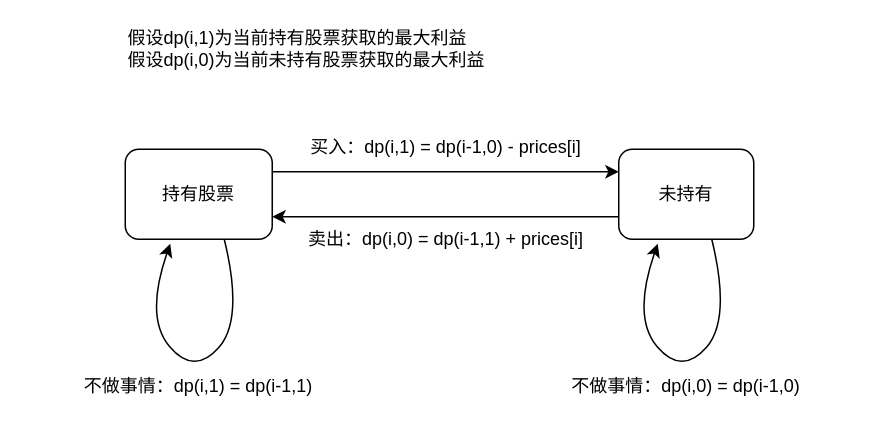
Earlier version of the draw.io diagram 买卖股票最佳时机.drawio (Pandaxia8/Test). Source tidied: cells renumbered, new cells numbered last; positions are measured from the earlier drawing's top-left corner, leaving out a move shared by most shapes. Both pictures are drawn from the tidied source at 150%, with x=0, y=0 at pixel (26, 26).
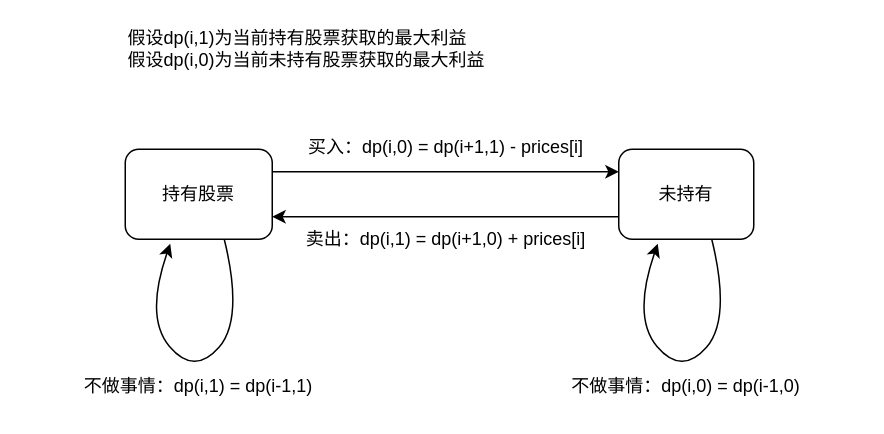
The same diagram, later.

Commit message:
更新买卖股票最佳时机.drawio

Change to the diagram source:
```diff
@@
 <mxGraphModel>
   <root>
     <mxCell id="0" />
     <mxCell id="1" parent="0" />
     <mxCell id="2" value="持有股票" style="rounded=1;whiteSpace=wrap;html=1;" parent="1" vertex="1">
       <mxGeometry x="66" y="82" width="98" height="60" as="geometry" />
     </mxCell>
     <mxCell id="3" value="未持有" style="rounded=1;whiteSpace=wrap;html=1;" parent="1" vertex="1">
       <mxGeometry x="395" y="82" width="90" height="60" as="geometry" />
     </mxCell>
     <mxCell id="4" value="假设dp(i,1)为当前持有股票获取的最大利益&lt;br&gt;假设dp(i,0)为当前未持有股票获取的最大利益" style="text;html=1;strokeColor=none;fillColor=none;align=left;verticalAlign=middle;whiteSpace=wrap;rounded=0;" parent="1" vertex="1">
       <mxGeometry x="66" width="292" height="30" as="geometry" />
     </mxCell>
     <mxCell id="5" style="endArrow=classic;html=1;rounded=0;exitX=1;exitY=0.25;exitDx=0;exitDy=0;entryX=0;entryY=0.25;entryDx=0;entryDy=0;" parent="1" edge="1" source="2" target="3">
       <mxGeometry relative="1" as="geometry" />
     </mxCell>
     <mxCell id="6" style="endArrow=classic;html=1;rounded=0;entryX=1;entryY=0.75;entryDx=0;entryDy=0;exitX=0;exitY=0.75;exitDx=0;exitDy=0;" parent="1" edge="1" source="3" target="2">
       <mxGeometry relative="1" as="geometry" />
     </mxCell>
     <mxCell id="7" value="不做事情：dp(i,1) = dp(i-1,1)" style="text;html=1;strokeColor=none;fillColor=none;align=center;verticalAlign=middle;whiteSpace=wrap;rounded=0;" parent="1" vertex="1">
       <mxGeometry y="225" width="230" height="30" as="geometry" />
     </mxCell>
-    <mxCell id="8" value="卖出：dp(i,0) = dp(i-1,1) + prices[i]" style="text;html=1;strokeColor=none;fillColor=none;align=center;verticalAlign=middle;whiteSpace=wrap;rounded=0;" parent="1" vertex="1">
+    <mxCell id="8" value="卖出：dp(i,1) = dp(i+1,0) + prices[i]" style="text;html=1;strokeColor=none;fillColor=none;align=center;verticalAlign=middle;whiteSpace=wrap;rounded=0;" parent="1" vertex="1">
       <mxGeometry x="165" y="127" width="230" height="30" as="geometry" />
     </mxCell>
     <mxCell id="9" style="curved=1;endArrow=classic;html=1;rounded=0;" parent="1" edge="1">
       <mxGeometry relative="1" as="geometry">
         <mxPoint x="132" y="142" as="sourcePoint" />
         <mxPoint x="96" y="145" as="targetPoint" />
         <Array as="points">
           <mxPoint x="145" y="195" />
           <mxPoint x="112" y="233" />
           <mxPoint x="79" y="194" />
         </Array>
       </mxGeometry>
     </mxCell>
     <mxCell id="10" value="不做事情：dp(i,0) = dp(i-1,0)" style="text;html=1;strokeColor=none;fillColor=none;align=center;verticalAlign=middle;whiteSpace=wrap;rounded=0;" parent="1" vertex="1">
       <mxGeometry x="325" y="225" width="230" height="30" as="geometry" />
     </mxCell>
     <mxCell id="11" style="curved=1;endArrow=classic;html=1;rounded=0;" parent="1" edge="1">
       <mxGeometry relative="1" as="geometry">
         <mxPoint x="457" y="142" as="sourcePoint" />
         <mxPoint x="421" y="145" as="targetPoint" />
         <Array as="points">
           <mxPoint x="470" y="195" />
           <mxPoint x="437" y="233" />
           <mxPoint x="404" y="194" />
         </Array>
       </mxGeometry>
     </mxCell>
-    <mxCell id="12" value="买入：dp(i,1) = dp(i-1,0) - prices[i]" style="text;html=1;strokeColor=none;fillColor=none;align=center;verticalAlign=middle;whiteSpace=wrap;rounded=0;" parent="1" vertex="1">
+    <mxCell id="12" value="买入：dp(i,0) = dp(i+1,1) - prices[i]" style="text;html=1;strokeColor=none;fillColor=none;align=center;verticalAlign=middle;whiteSpace=wrap;rounded=0;" parent="1" vertex="1">
       <mxGeometry x="165" y="66" width="230" height="30" as="geometry" />
     </mxCell>
   </root>
 </mxGraphModel>
```
